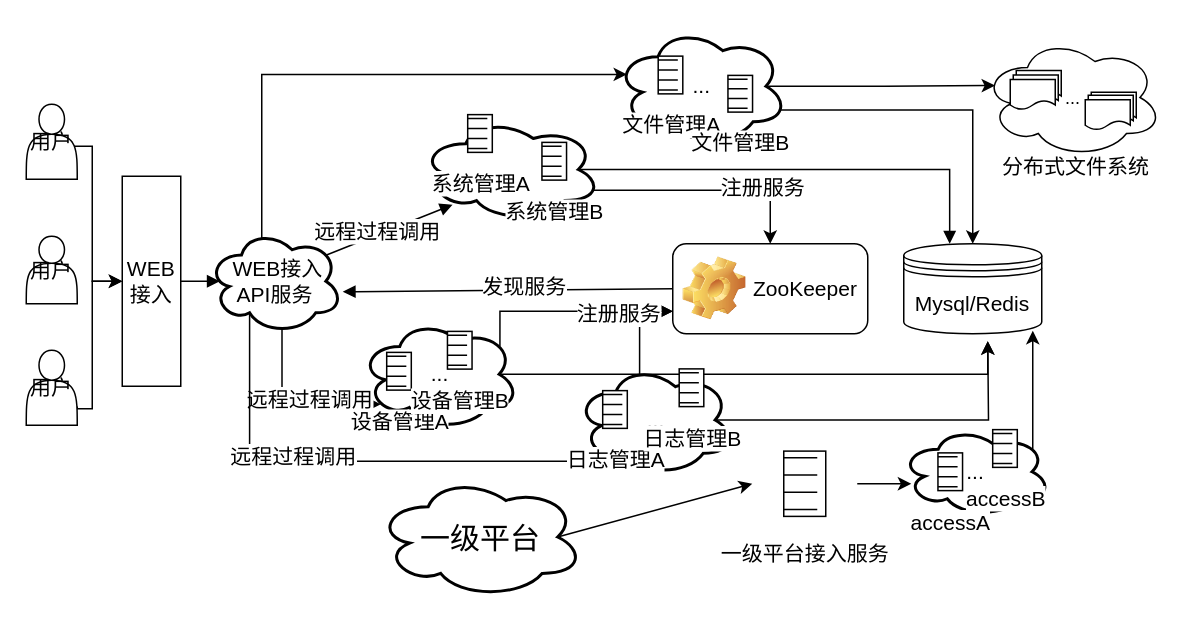
Above: framework.drawio in waterwatermelon/graph (draw.io), before the change. Source tidied: cells renumbered, new cells numbered last; positions are measured from the earlier drawing's top-left corner, leaving out a move shared by most shapes. Both pictures are drawn from the tidied source at 150%, with x=0, y=0 at pixel (26, 26).
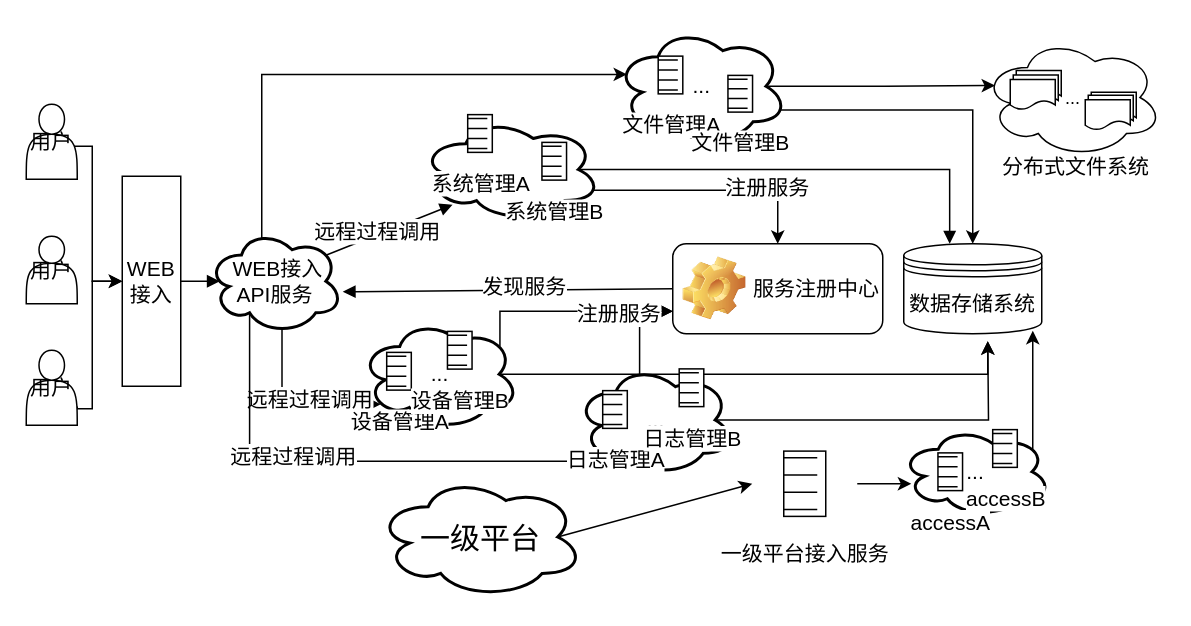
After the change.

The edit, as a diff of the source:
```diff
@@
-    <mxCell id="32" value="&lt;font style=&quot;font-size: 14px&quot;&gt;Mysql/Redis&lt;/font&gt;" style="shape=datastore;whiteSpace=wrap;html=1;fontSize=14;" parent="1" vertex="1">
+    <mxCell id="32" value="&lt;font style=&quot;font-size: 14px&quot;&gt;数据存储系统&lt;/font&gt;" style="shape=datastore;whiteSpace=wrap;html=1;fontSize=14;" parent="1" vertex="1">
       <mxGeometry x="585" y="145" width="92" height="60" as="geometry" />
     </mxCell>
@@
-    <mxCell id="35" value="&lt;span style=&quot;font-weight: normal ; font-size: 14px&quot;&gt;&lt;font style=&quot;font-size: 14px&quot;&gt;ZooKeeper&lt;/font&gt;&lt;/span&gt;" style="label;whiteSpace=wrap;html=1;image=img/clipart/Gear_128x128.png;strokeColor=#000000;strokeWidth=1;fillColor=#FFFFFF;fontSize=14;" parent="1" vertex="1">
-      <mxGeometry x="431" y="145" width="130" height="60" as="geometry" />
+    <mxCell id="35" value="&lt;span style=&quot;font-weight: 400&quot;&gt;服务注册中心&lt;/span&gt;" style="label;whiteSpace=wrap;html=1;image=img/clipart/Gear_128x128.png;strokeColor=#000000;strokeWidth=1;fillColor=#FFFFFF;fontSize=14;" parent="1" vertex="1">
+      <mxGeometry x="431" y="145" width="140" height="60" as="geometry" />
     </mxCell>
```
